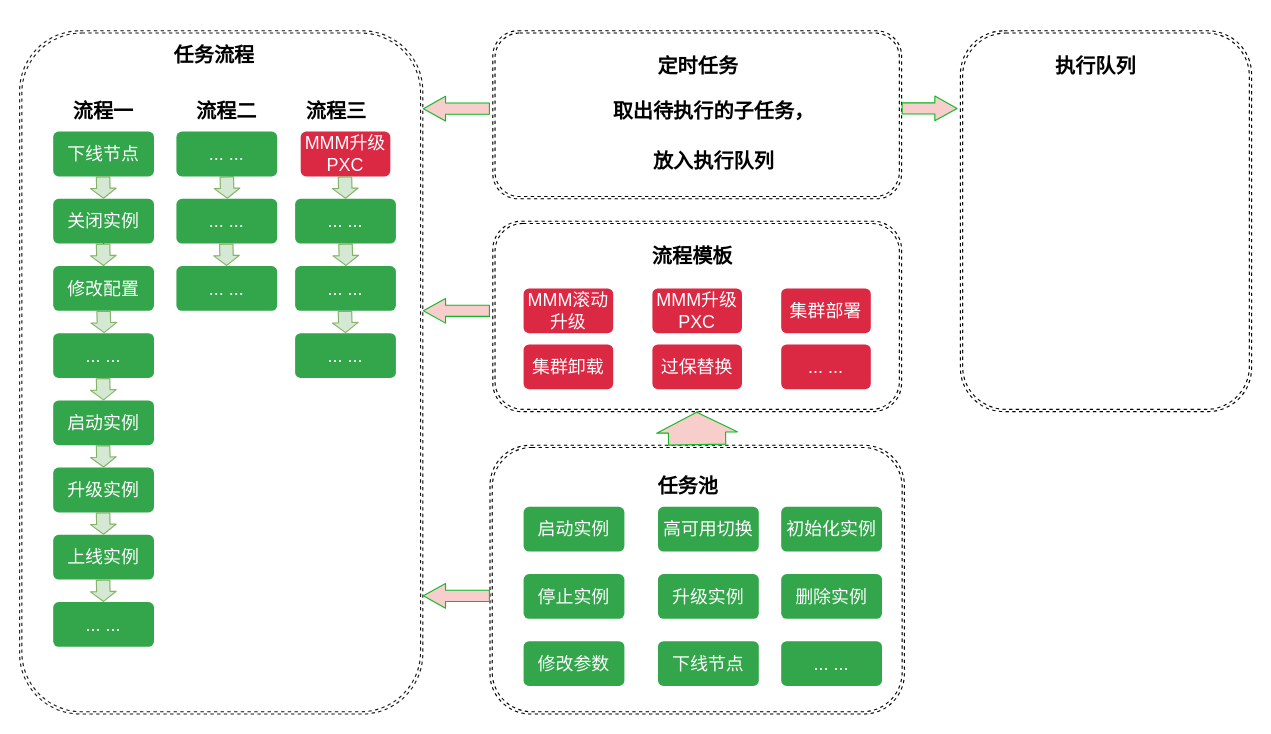
The draw.io diagram mysql_migrate.drawio in a306388298/test, before the edit. Source tidied: cells renumbered, new cells numbered last; positions are measured from the earlier drawing's top-left corner, leaving out a move shared by most shapes. Both pictures are drawn from the tidied source at 112%, with x=0, y=0 at pixel (19, 30).
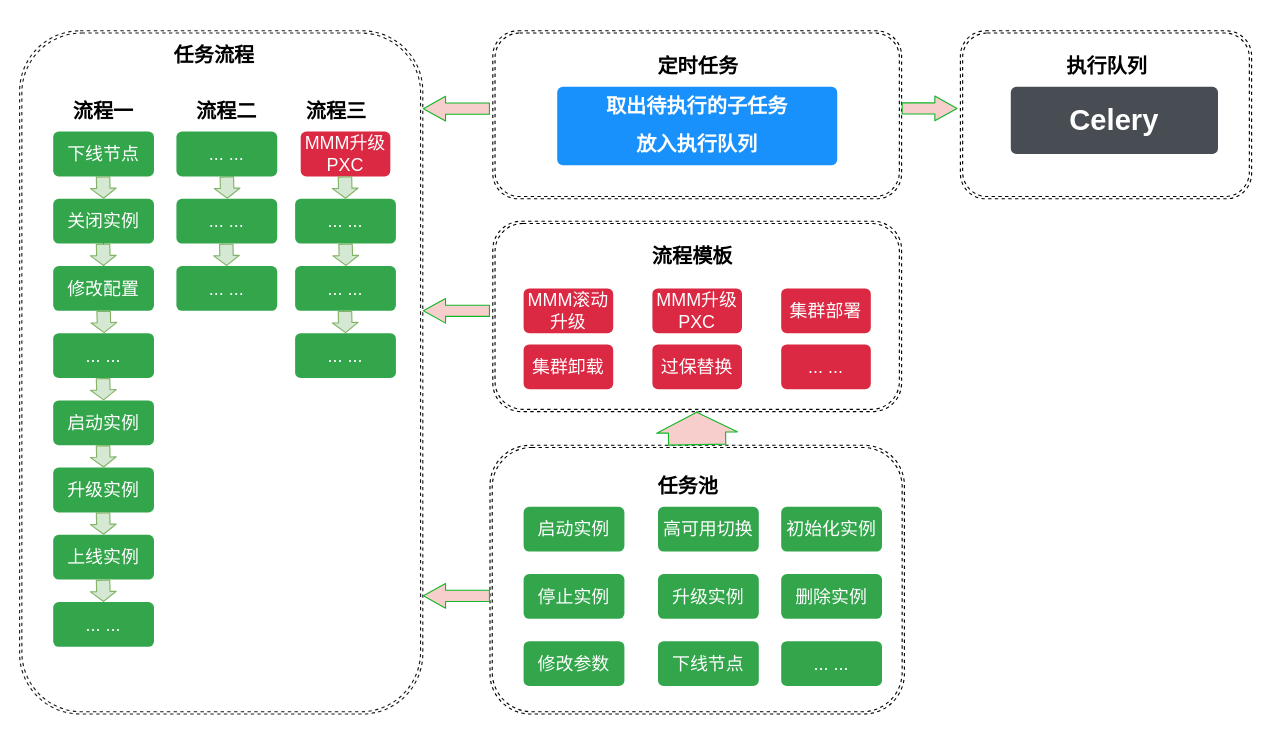
After the change.

Change to the diagram source:
```diff
@@
     <mxCell id="63" style="shape=ext;double=1;rounded=1;whiteSpace=wrap;html=1;dashed=1;" parent="1" vertex="1">
-      <mxGeometry x="840" width="260" height="340" as="geometry" />
+      <mxGeometry x="840" width="260" height="150" as="geometry" />
     </mxCell>
     <mxCell id="64" value="&lt;h1&gt;&lt;span style=&quot;font-size: 18px&quot;&gt;执行队列&lt;/span&gt;&lt;/h1&gt;" style="text;html=1;strokeColor=none;fillColor=none;spacing=5;spacingTop=-20;whiteSpace=wrap;overflow=hidden;rounded=0;" parent="1" vertex="1">
-      <mxGeometry x="920" y="10" width="80" height="40" as="geometry" />
+      <mxGeometry x="930" y="10" width="80" height="40" as="geometry" />
     </mxCell>
-    <mxCell id="65" value="&lt;h1&gt;&lt;span style=&quot;font-size: 18px&quot;&gt;取出待执行的子任务，&lt;/span&gt;&lt;/h1&gt;&lt;h1&gt;&lt;span style=&quot;font-size: 18px&quot;&gt;放入执行队列&lt;/span&gt;&lt;/h1&gt;" style="text;html=1;strokeColor=none;fillColor=none;spacing=5;spacingTop=-20;whiteSpace=wrap;overflow=hidden;rounded=0;align=center;" parent="1" vertex="1">
-      <mxGeometry x="490" y="50" width="260" height="80" as="geometry" />
-    </mxCell>
@@
+    <mxCell id="67" value="&lt;h1 style=&quot;font-size: 18px&quot;&gt;&lt;font style=&quot;font-size: 18px&quot;&gt;取出待执行的子任务&lt;/font&gt;&lt;/h1&gt;&lt;h1 style=&quot;font-size: 18px&quot;&gt;&lt;font style=&quot;font-size: 18px&quot;&gt;放入执行队列&lt;/font&gt;&lt;/h1&gt;" style="html=1;shadow=0;dashed=0;shape=mxgraph.bootstrap.rrect;rSize=5;strokeColor=none;strokeWidth=1;fillColor=#0085FC;fontColor=#FFFFFF;whiteSpace=wrap;align=center;verticalAlign=middle;spacingLeft=0;fontStyle=0;fontSize=16;spacing=5;opacity=90;" parent="1" vertex="1">
+      <mxGeometry x="480" y="50" width="250" height="70" as="geometry" />
+    </mxCell>
+    <mxCell id="68" value="&lt;b&gt;&lt;font style=&quot;font-size: 26px&quot;&gt;Celery&lt;/font&gt;&lt;/b&gt;" style="html=1;shadow=0;dashed=0;shape=mxgraph.bootstrap.rrect;rSize=5;strokeColor=none;strokeWidth=1;fillColor=#343A40;fontColor=#ffffff;whiteSpace=wrap;align=center;verticalAlign=middle;spacingLeft=0;fontStyle=0;fontSize=16;spacing=5;opacity=90;" parent="1" vertex="1">
+      <mxGeometry x="885" y="50" width="185" height="60" as="geometry" />
+    </mxCell>
+    <mxCell id="69" style="edgeStyle=orthogonalEdgeStyle;rounded=1;orthogonalLoop=1;jettySize=auto;html=1;exitX=0.5;exitY=1;exitDx=0;exitDy=0;strokeColor=#11B827;" parent="1" edge="1" source="63" target="63">
+      <mxGeometry relative="1" as="geometry" />
+    </mxCell>
```
